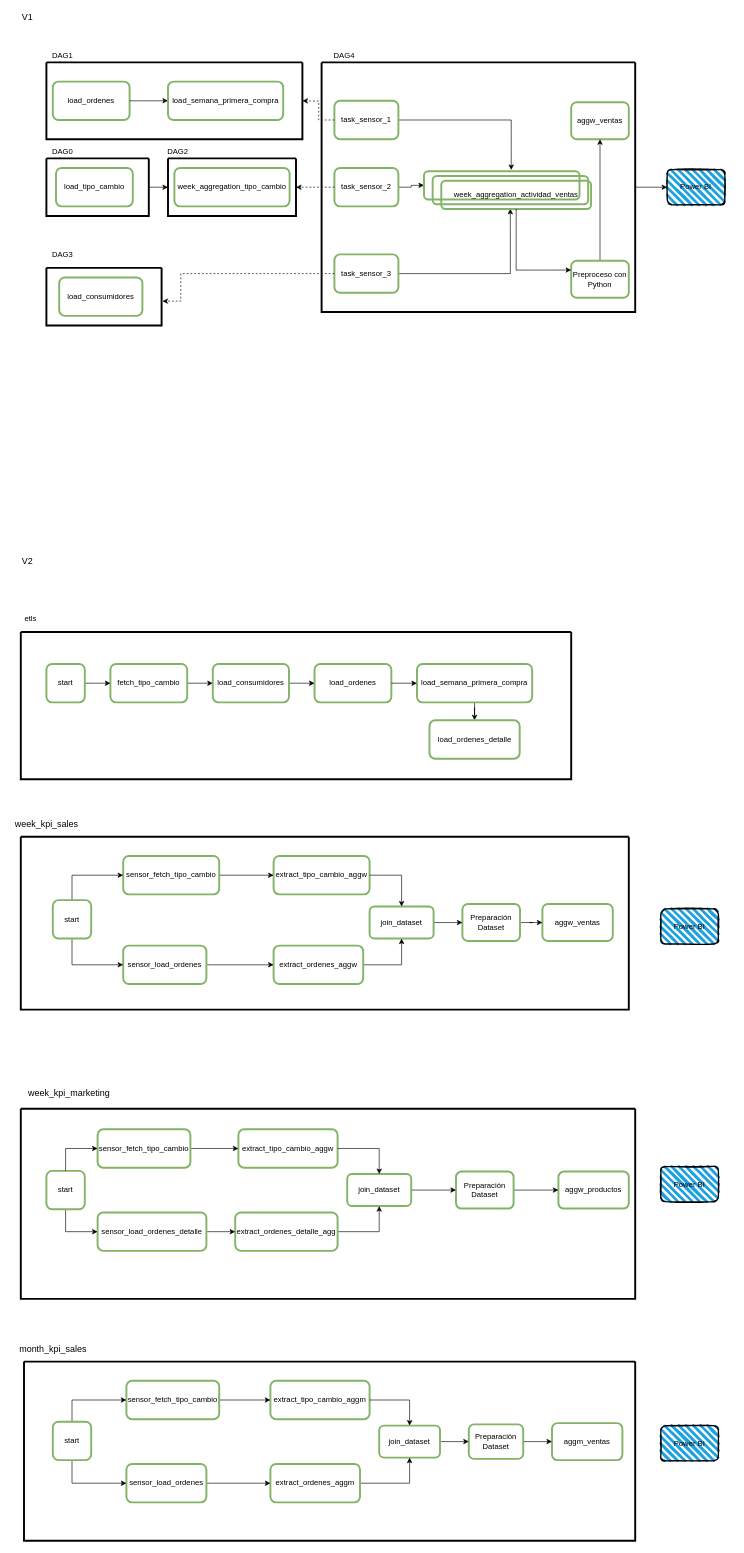
Earlier version of the draw.io diagram page "DAGs" (3 of 4) of fuXion_model.drawio (calobetoleon/fuxion_design). Source tidied: cells renumbered, new cells numbered last; positions are measured from the earlier drawing's top-left corner, leaving out a move shared by most shapes. Both pictures are drawn from the tidied source at 64%, with x=0, y=0 at pixel (11, 11).
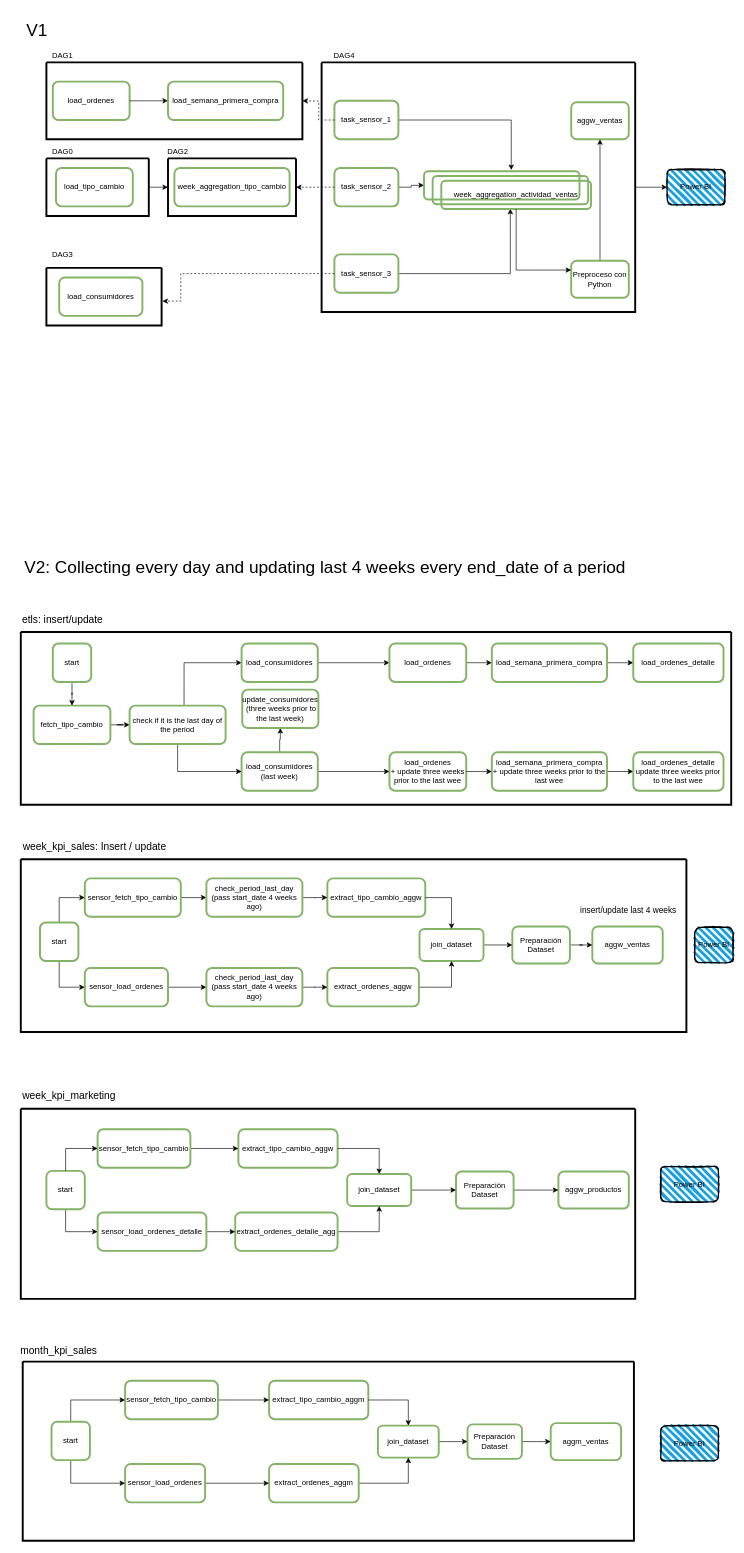
Above is the later version.

Change to the diagram source:
```diff
@@
-    <mxCell id="38" value="V1" style="text;html=1;align=center;verticalAlign=middle;strokeColor=none;fillColor=none;fontSize=14;" parent="1" vertex="1">
-      <mxGeometry x="10" width="30" height="20" as="geometry" />
+    <mxCell id="38" value="V1" style="text;html=1;align=center;verticalAlign=middle;strokeColor=none;fillColor=none;fontSize=27;" parent="1" vertex="1">
+      <mxGeometry x="15" y="10" width="50" height="40" as="geometry" />
     </mxCell>
     <mxCell id="39" style="swimlane;startSize=0;strokeWidth=3;fillColor=none;gradientColor=none;" parent="1" vertex="1">
-      <mxGeometry x="15" y="970" width="860" height="230" as="geometry" />
+      <mxGeometry x="15" y="970" width="1110" height="270" as="geometry" />
     </mxCell>
-    <mxCell id="40" value="load_ordenes" style="rounded=1;whiteSpace=wrap;html=1;fillColor=none;strokeColor=#82b366;strokeWidth=3;" parent="39" vertex="1">
-      <mxGeometry x="459" y="50" width="120" height="60" as="geometry" />
+    <mxCell id="40" value="load_ordenes&lt;br&gt;+ update three weeks prior to the last wee" style="rounded=1;whiteSpace=wrap;html=1;fillColor=none;strokeColor=#82b366;strokeWidth=3;" parent="39" vertex="1">
+      <mxGeometry x="576" y="188" width="120" height="60" as="geometry" />
     </mxCell>
-    <mxCell id="41" style="edgeStyle=orthogonalEdgeStyle;rounded=0;jettySize=auto;html=1;fontSize=14;" parent="39" edge="1" source="42" target="47">
-      <mxGeometry relative="1" as="geometry" />
-    </mxCell>
+    <mxCell id="110" style="edgeStyle=orthogonalEdgeStyle;rounded=0;jettySize=auto;html=1;fontSize=13;" parent="39" edge="1" source="42" target="114">
+      <mxGeometry relative="1" as="geometry" />
+    </mxCell>
     <mxCell id="42" value="fetch_tipo_cambio" style="rounded=1;whiteSpace=wrap;html=1;fillColor=none;strokeColor=#82b366;strokeWidth=3;" parent="39" vertex="1">
-      <mxGeometry x="140" y="50" width="120" height="60" as="geometry" />
+      <mxGeometry x="20" y="115" width="120" height="60" as="geometry" />
     </mxCell>
@@
-    <mxCell id="44" value="load_semana_primera_compra" style="rounded=1;whiteSpace=wrap;html=1;fillColor=none;strokeColor=#82b366;strokeWidth=3;" parent="39" vertex="1">
-      <mxGeometry x="619" y="50" width="180" height="60" as="geometry" />
+    <mxCell id="44" value="load_semana_primera_compra&lt;br&gt;+ update three weeks prior to the last wee" style="rounded=1;whiteSpace=wrap;html=1;fillColor=none;strokeColor=#82b366;strokeWidth=3;" parent="39" vertex="1">
+      <mxGeometry x="736" y="188" width="180" height="60" as="geometry" />
     </mxCell>
@@
+    <mxCell id="111" style="edgeStyle=orthogonalEdgeStyle;rounded=0;jettySize=auto;html=1;fontSize=13;" parent="39" edge="1" source="47" target="122">
+      <mxGeometry relative="1" as="geometry" />
+    </mxCell>
-    <mxCell id="47" value="load_consumidores" style="rounded=1;whiteSpace=wrap;html=1;fillColor=none;strokeColor=#82b366;strokeWidth=3;" parent="39" vertex="1">
-      <mxGeometry x="300" y="50" width="119" height="60" as="geometry" />
+    <mxCell id="47" value="load_consumidores&lt;br&gt;(last week)" style="rounded=1;whiteSpace=wrap;html=1;fillColor=none;strokeColor=#82b366;strokeWidth=3;" parent="39" vertex="1">
+      <mxGeometry x="345" y="188" width="119" height="60" as="geometry" />
     </mxCell>
-    <mxCell id="48" value="load_ordenes_detalle" style="rounded=1;whiteSpace=wrap;html=1;fillColor=none;strokeColor=#82b366;strokeWidth=3;" parent="39" vertex="1">
-      <mxGeometry x="638.5" y="138" width="141" height="60" as="geometry" />
+    <mxCell id="48" value="load_ordenes_detalle&lt;br&gt;update three weeks prior to the last wee" style="rounded=1;whiteSpace=wrap;html=1;fillColor=none;strokeColor=#82b366;strokeWidth=3;" parent="39" vertex="1">
+      <mxGeometry x="957" y="188" width="141" height="60" as="geometry" />
     </mxCell>
@@
     <mxCell id="50" value="start" style="rounded=1;whiteSpace=wrap;html=1;fillColor=none;strokeColor=#82b366;strokeWidth=3;" parent="39" vertex="1">
-      <mxGeometry x="40" y="50" width="60" height="60" as="geometry" />
+      <mxGeometry x="50" y="18" width="60" height="60" as="geometry" />
     </mxCell>
+    <mxCell id="112" style="edgeStyle=orthogonalEdgeStyle;rounded=0;jettySize=auto;html=1;fontSize=13;entryX=0;entryY=0.5;entryDx=0;entryDy=0;exitX=0.567;exitY=-0.013;exitDx=0;exitDy=0;exitPerimeter=0;" parent="39" edge="1" source="114" target="116">
+      <mxGeometry relative="1" as="geometry" />
+    </mxCell>
+    <mxCell id="113" style="edgeStyle=orthogonalEdgeStyle;rounded=0;jettySize=auto;html=1;fontSize=13;entryX=0;entryY=0.5;entryDx=0;entryDy=0;exitX=0.5;exitY=1;exitDx=0;exitDy=0;" parent="39" edge="1" source="114" target="47">
+      <mxGeometry relative="1" as="geometry" />
+    </mxCell>
+    <mxCell id="114" value="check if it is the last day of the period" style="rounded=1;whiteSpace=wrap;html=1;fillColor=none;strokeColor=#82b366;strokeWidth=3;" parent="39" vertex="1">
+      <mxGeometry x="170" y="115" width="150" height="60" as="geometry" />
+    </mxCell>
+    <mxCell id="115" style="edgeStyle=orthogonalEdgeStyle;rounded=0;jettySize=auto;html=1;fontSize=13;" parent="39" edge="1" source="116" target="118">
+      <mxGeometry relative="1" as="geometry" />
+    </mxCell>
+    <mxCell id="116" value="load_consumidores" style="rounded=1;whiteSpace=wrap;html=1;fillColor=none;strokeColor=#82b366;strokeWidth=3;" parent="39" vertex="1">
+      <mxGeometry x="345" y="18" width="119" height="60" as="geometry" />
+    </mxCell>
+    <mxCell id="117" style="edgeStyle=orthogonalEdgeStyle;rounded=0;jettySize=auto;html=1;fontSize=13;" parent="39" edge="1" source="118" target="120">
+      <mxGeometry relative="1" as="geometry" />
+    </mxCell>
+    <mxCell id="118" value="load_ordenes" style="rounded=1;whiteSpace=wrap;html=1;fillColor=none;strokeColor=#82b366;strokeWidth=3;" parent="39" vertex="1">
+      <mxGeometry x="576" y="18" width="120" height="60" as="geometry" />
+    </mxCell>
+    <mxCell id="119" style="edgeStyle=orthogonalEdgeStyle;rounded=0;jettySize=auto;html=1;fontSize=13;" parent="39" edge="1" source="120" target="121">
+      <mxGeometry relative="1" as="geometry" />
+    </mxCell>
+    <mxCell id="120" value="load_semana_primera_compra" style="rounded=1;whiteSpace=wrap;html=1;fillColor=none;strokeColor=#82b366;strokeWidth=3;" parent="39" vertex="1">
+      <mxGeometry x="736" y="18" width="180" height="60" as="geometry" />
+    </mxCell>
+    <mxCell id="121" value="load_ordenes_detalle" style="rounded=1;whiteSpace=wrap;html=1;fillColor=none;strokeColor=#82b366;strokeWidth=3;" parent="39" vertex="1">
+      <mxGeometry x="957" y="18" width="141" height="60" as="geometry" />
+    </mxCell>
+    <mxCell id="122" value="update_consumidores&lt;br&gt;&amp;nbsp;(three weeks prior to the last week)" style="rounded=1;whiteSpace=wrap;html=1;fillColor=none;strokeColor=#82b366;strokeWidth=3;" parent="39" vertex="1">
+      <mxGeometry x="346" y="90" width="119" height="60" as="geometry" />
+    </mxCell>
-    <mxCell id="51" value="V2" style="text;html=1;align=center;verticalAlign=middle;strokeColor=none;fillColor=none;fontSize=14;" parent="1" vertex="1">
-      <mxGeometry x="10" y="850" width="30" height="20" as="geometry" />
+    <mxCell id="51" value="V2: Collecting every day and updating last 4 weeks every end_date of a period" style="text;html=1;align=center;verticalAlign=middle;strokeColor=none;fillColor=none;fontSize=27;" parent="1" vertex="1">
+      <mxGeometry x="10" y="850" width="960" height="40" as="geometry" />
     </mxCell>
-    <mxCell id="52" value="etls" style="text;html=1;align=center;verticalAlign=middle;strokeColor=none;fillColor=none;" parent="1" vertex="1">
-      <mxGeometry x="15" y="940" width="30" height="20" as="geometry" />
+    <mxCell id="52" value="etls: insert/update" style="text;html=1;align=center;verticalAlign=middle;strokeColor=none;fillColor=none;fontSize=16;" parent="1" vertex="1">
+      <mxGeometry x="10" y="940" width="140" height="20" as="geometry" />
     </mxCell>
     <mxCell id="53" style="swimlane;startSize=0;rounded=0;shadow=0;glass=0;sketch=0;fontSize=14;fillColor=none;align=center;verticalAlign=middle;strokeWidth=3;" parent="1" vertex="1">
-      <mxGeometry x="15" y="1290" width="950" height="270" as="geometry" />
+      <mxGeometry x="15" y="1325" width="1040" height="270" as="geometry" />
     </mxCell>
     <mxCell id="54" value="aggw_ventas" style="rounded=1;whiteSpace=wrap;html=1;fillColor=none;strokeColor=#82b366;strokeWidth=3;" parent="53" vertex="1">
-      <mxGeometry x="815" y="105.1" width="110" height="57.8" as="geometry" />
+      <mxGeometry x="893" y="105.1" width="110" height="57.8" as="geometry" />
     </mxCell>
@@
     <mxCell id="56" value="Preparación Dataset" style="rounded=1;whiteSpace=wrap;html=1;fillColor=none;strokeColor=#82b366;strokeWidth=3;" parent="53" vertex="1">
-      <mxGeometry x="690" y="105.1" width="90" height="57.8" as="geometry" />
+      <mxGeometry x="768" y="105.1" width="90" height="57.8" as="geometry" />
     </mxCell>
     <mxCell id="57" value="extract_tipo_cambio_aggw" style="rounded=1;whiteSpace=wrap;html=1;fillColor=none;strokeColor=#82b366;strokeWidth=3;" parent="53" vertex="1">
-      <mxGeometry x="395" y="30" width="150" height="60" as="geometry" />
+      <mxGeometry x="479" y="30" width="153" height="60" as="geometry" />
     </mxCell>
@@
     <mxCell id="59" value="join_dataset" style="rounded=1;whiteSpace=wrap;html=1;fillColor=none;strokeColor=#82b366;strokeWidth=3;" parent="53" vertex="1">
-      <mxGeometry x="545" y="109" width="100" height="50" as="geometry" />
+      <mxGeometry x="623" y="109" width="100" height="50" as="geometry" />
     </mxCell>
@@
     <mxCell id="62" value="extract_ordenes_aggw" style="rounded=1;whiteSpace=wrap;html=1;fillColor=none;strokeColor=#82b366;strokeWidth=3;" parent="53" vertex="1">
-      <mxGeometry x="395" y="170" width="140" height="60" as="geometry" />
+      <mxGeometry x="479" y="170" width="143" height="60" as="geometry" />
     </mxCell>
-    <mxCell id="63" style="edgeStyle=orthogonalEdgeStyle;rounded=0;jettySize=auto;html=1;fontSize=14;" parent="53" edge="1" source="64" target="57">
-      <mxGeometry relative="1" as="geometry" />
-    </mxCell>
+    <mxCell id="123" style="edgeStyle=orthogonalEdgeStyle;rounded=0;jettySize=auto;html=1;fontSize=27;" parent="53" edge="1" source="64" target="126">
+      <mxGeometry relative="1" as="geometry" />
+    </mxCell>
     <mxCell id="64" value="sensor_fetch_tipo_cambio" style="rounded=1;whiteSpace=wrap;html=1;fillColor=none;strokeColor=#82b366;strokeWidth=3;" parent="53" vertex="1">
-      <mxGeometry x="160" y="30" width="150" height="60" as="geometry" />
+      <mxGeometry x="100" y="30" width="150" height="60" as="geometry" />
     </mxCell>
-    <mxCell id="65" style="edgeStyle=orthogonalEdgeStyle;rounded=0;jettySize=auto;html=1;fontSize=14;" parent="53" edge="1" source="66" target="62">
-      <mxGeometry relative="1" as="geometry" />
-    </mxCell>
+    <mxCell id="124" style="edgeStyle=orthogonalEdgeStyle;rounded=0;jettySize=auto;html=1;fontSize=27;" parent="53" edge="1" source="66" target="128">
+      <mxGeometry relative="1" as="geometry" />
+    </mxCell>
     <mxCell id="66" value="sensor_load_ordenes" style="rounded=1;whiteSpace=wrap;html=1;fillColor=none;strokeColor=#82b366;strokeWidth=3;" parent="53" vertex="1">
-      <mxGeometry x="160" y="170" width="130" height="60" as="geometry" />
+      <mxGeometry x="100" y="170" width="130" height="60" as="geometry" />
     </mxCell>
-    <mxCell id="67" style="edgeStyle=orthogonalEdgeStyle;rounded=0;jettySize=auto;html=1;fontSize=14;exitX=0.5;exitY=0;exitDx=0;exitDy=0;" parent="53" edge="1" source="69">
+    <mxCell id="67" style="edgeStyle=orthogonalEdgeStyle;rounded=0;jettySize=auto;html=1;fontSize=14;exitX=0.5;exitY=0;exitDx=0;exitDy=0;entryX=0;entryY=0.5;entryDx=0;entryDy=0;" parent="53" edge="1" source="69" target="64">
       <mxGeometry relative="1" as="geometry">
-        <mxPoint x="160" y="60" as="targetPoint" />
         <Array as="points">
-          <mxPoint x="80" y="60" />
-          <mxPoint x="160" y="60" />
+          <mxPoint x="60" y="60" />
         </Array>
       </mxGeometry>
     </mxCell>
@@
     <mxCell id="69" value="start" style="rounded=1;whiteSpace=wrap;html=1;fillColor=none;strokeColor=#82b366;strokeWidth=3;" parent="53" vertex="1">
-      <mxGeometry x="50" y="99" width="60" height="60" as="geometry" />
+      <mxGeometry x="30" y="99" width="60" height="60" as="geometry" />
     </mxCell>
+    <mxCell id="125" style="edgeStyle=orthogonalEdgeStyle;rounded=0;jettySize=auto;html=1;fontSize=27;" parent="53" edge="1" source="126" target="57">
+      <mxGeometry relative="1" as="geometry" />
+    </mxCell>
+    <mxCell id="126" value="check_period_last_day&lt;br&gt;(pass start_date 4 weeks ago)" style="rounded=1;whiteSpace=wrap;html=1;fillColor=none;strokeColor=#82b366;strokeWidth=3;" parent="53" vertex="1">
+      <mxGeometry x="290" y="30" width="150" height="60" as="geometry" />
+    </mxCell>
+    <mxCell id="127" style="edgeStyle=orthogonalEdgeStyle;rounded=0;jettySize=auto;html=1;fontSize=27;" parent="53" edge="1" source="128" target="62">
+      <mxGeometry relative="1" as="geometry" />
+    </mxCell>
+    <mxCell id="128" value="check_period_last_day&lt;br&gt;(pass start_date 4 weeks ago)" style="rounded=1;whiteSpace=wrap;html=1;fillColor=none;strokeColor=#82b366;strokeWidth=3;" parent="53" vertex="1">
+      <mxGeometry x="290" y="170" width="150" height="60" as="geometry" />
+    </mxCell>
+    <mxCell id="129" value="insert/update last 4 weeks" style="text;html=1;align=center;verticalAlign=middle;strokeColor=none;fillColor=none;fontSize=13;" parent="53" vertex="1">
+      <mxGeometry x="864" y="70" width="170" height="20" as="geometry" />
+    </mxCell>
-    <mxCell id="70" value="week_kpi_sales" style="text;html=1;align=center;verticalAlign=middle;strokeColor=none;fillColor=none;fontSize=14;" parent="1" vertex="1">
-      <mxGeometry y="1260" width="110" height="20" as="geometry" />
+    <mxCell id="70" value="week_kpi_sales: Insert / update" style="text;html=1;align=center;verticalAlign=middle;strokeColor=none;fillColor=none;fontSize=16;" parent="1" vertex="1">
+      <mxGeometry x="10" y="1295" width="240" height="20" as="geometry" />
     </mxCell>
     <mxCell id="71" style="swimlane;startSize=0;rounded=0;shadow=0;glass=0;sketch=0;fontSize=14;fillColor=none;align=center;verticalAlign=middle;strokeWidth=3;" parent="1" vertex="1">
-      <mxGeometry x="20" y="2110" width="955" height="280" as="geometry" />
+      <mxGeometry x="18" y="2110" width="955" height="280" as="geometry" />
     </mxCell>
@@
-    <mxCell id="88" value="month_kpi_sales" style="text;html=1;align=center;verticalAlign=middle;strokeColor=none;fillColor=none;fontSize=14;" parent="1" vertex="1">
-      <mxGeometry x="5" y="2080" width="120" height="20" as="geometry" />
+    <mxCell id="88" value="month_kpi_sales" style="text;html=1;align=center;verticalAlign=middle;strokeColor=none;fillColor=none;fontSize=16;" parent="1" vertex="1">
+      <mxGeometry x="4" y="2082" width="140" height="20" as="geometry" />
     </mxCell>
@@
-    <mxCell id="106" value="week_kpi_marketing" style="text;html=1;align=center;verticalAlign=middle;strokeColor=none;fillColor=none;fontSize=14;" parent="1" vertex="1">
-      <mxGeometry x="20" y="1680" width="140" height="20" as="geometry" />
+    <mxCell id="106" value="week_kpi_marketing" style="text;html=1;align=center;verticalAlign=middle;strokeColor=none;fillColor=none;fontSize=16;" parent="1" vertex="1">
+      <mxGeometry x="10" y="1684" width="160" height="20" as="geometry" />
     </mxCell>
     <mxCell id="107" value="Power BI" style="rounded=1;whiteSpace=wrap;html=1;strokeWidth=2;fillWeight=4;hachureGap=8;hachureAngle=45;fillColor=#1ba1e2;sketch=1;" parent="1" vertex="1">
-      <mxGeometry x="1015" y="1402.5" width="90" height="55" as="geometry" />
+      <mxGeometry x="1068" y="1431.5" width="60" height="55" as="geometry" />
     </mxCell>
```
